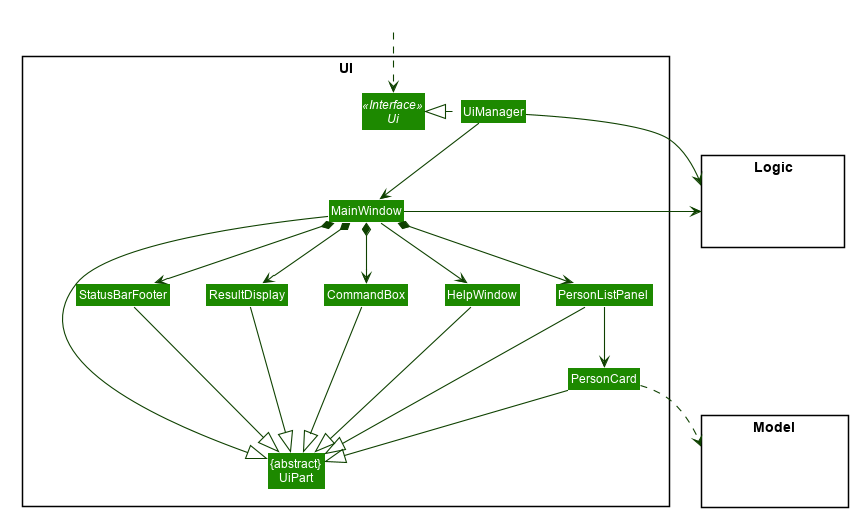
nus-cs2103-AY2021S2/tp keeps this PlantUML diagram as docs/images/UiClassDiagram.png. Above is the earlier version.
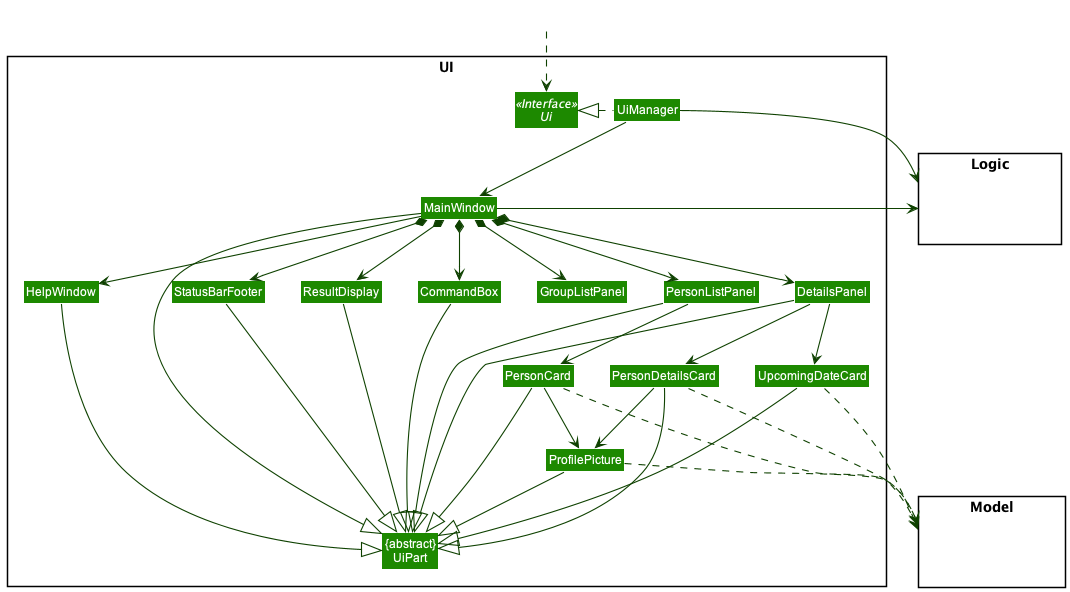
The same diagram one commit later.

What changed in the source:
```diff
@@ -1,55 +1,8 @@
 @startuml
-
-
-
-
-
-
-
-
-skinparam BackgroundColor #FFFFFFF
-
-skinparam Shadowing false
-
-skinparam Class {
-    FontColor #FFFFFF
-    BorderThickness 1
-    BorderColor #FFFFFF
-    StereotypeFontColor #FFFFFF
-    FontName Arial
-}
-
-skinparam Actor {
-    BorderColor #000000
-    Color #000000
-    FontName Arial
-}
-
-skinparam Sequence {
-    MessageAlign center
-    BoxFontSize 15
-    BoxPadding 0
-    BoxFontColor #FFFFFF
-    FontName Arial
-}
-
-skinparam Participant {
-    FontColor #FFFFFFF
-    Padding 20
-}
-
-skinparam MinClassWidth 50
-skinparam ParticipantPadding 10
-skinparam Shadowing false
-skinparam DefaultTextAlignment center
-skinparam packageStyle Rectangle
-
-hide footbox
-hide members
-hide circle
+!include style.puml
 skinparam arrowThickness 1.1
-skinparam arrowColor #0E4100
-skinparam classBackgroundColor #1D8900
+skinparam arrowColor UI_COLOR_T4
+skinparam classBackgroundColor UI_COLOR
 
 package UI <<Rectangle>>{
 Interface Ui <<Interface>>
@@ -62,6 +15,11 @@
 Class PersonCard
 Class StatusBarFooter
 Class CommandBox
+class DetailsPanel
+class PersonDetailsCard
+class UpcomingDateCard
+class ProfilePicture
+class GroupListPanel
 }
 
 package Model <<Rectangle>> {
@@ -80,10 +38,17 @@
 MainWindow --> HelpWindow
 MainWindow *-down-> CommandBox
 MainWindow *-down-> ResultDisplay
+MainWindow *-down-> GroupListPanel
+MainWindow *-down-> DetailsPanel
 MainWindow *-down-> PersonListPanel
 MainWindow *-down-> StatusBarFooter
 
 PersonListPanel -down-> PersonCard
+PersonCard -down-> ProfilePicture
+
+DetailsPanel -down-> UpcomingDateCard
+DetailsPanel -down-> PersonDetailsCard
+PersonDetailsCard -down-> ProfilePicture
 
 MainWindow -left-|> UiPart
 
@@ -93,15 +58,27 @@
 PersonCard --|> UiPart
 StatusBarFooter --|> UiPart
 HelpWindow -down-|> UiPart
+DetailsPanel --|> UiPart
+UpcomingDateCard --|> UiPart
+PersonDetailsCard --|> UiPart
+ProfilePicture --|> UiPart
 
 PersonCard ..> Model
+PersonDetailsCard ..> Model
+UpcomingDateCard ..> Model
+ProfilePicture ..> Model
 UiManager -right-> Logic
 MainWindow -left-> Logic
 
-PersonListPanel -[hidden]left- HelpWindow
+DetailsPanel -[hidden]left- PersonListPanel
+PersonListPanel -[hidden]left- GroupListPanel
+GroupListPanel -[hidden]left- HelpWindow
 HelpWindow -[hidden]left- CommandBox
 CommandBox -[hidden]left- ResultDisplay
 ResultDisplay -[hidden]left- StatusBarFooter
 
+PersonDetailsCard -[hidden]left- PersonCard
+UpcomingDateCard -[hidden]left- PersonDetailsCard
+
 MainWindow -[hidden]-|> UiPart
 @enduml
```
